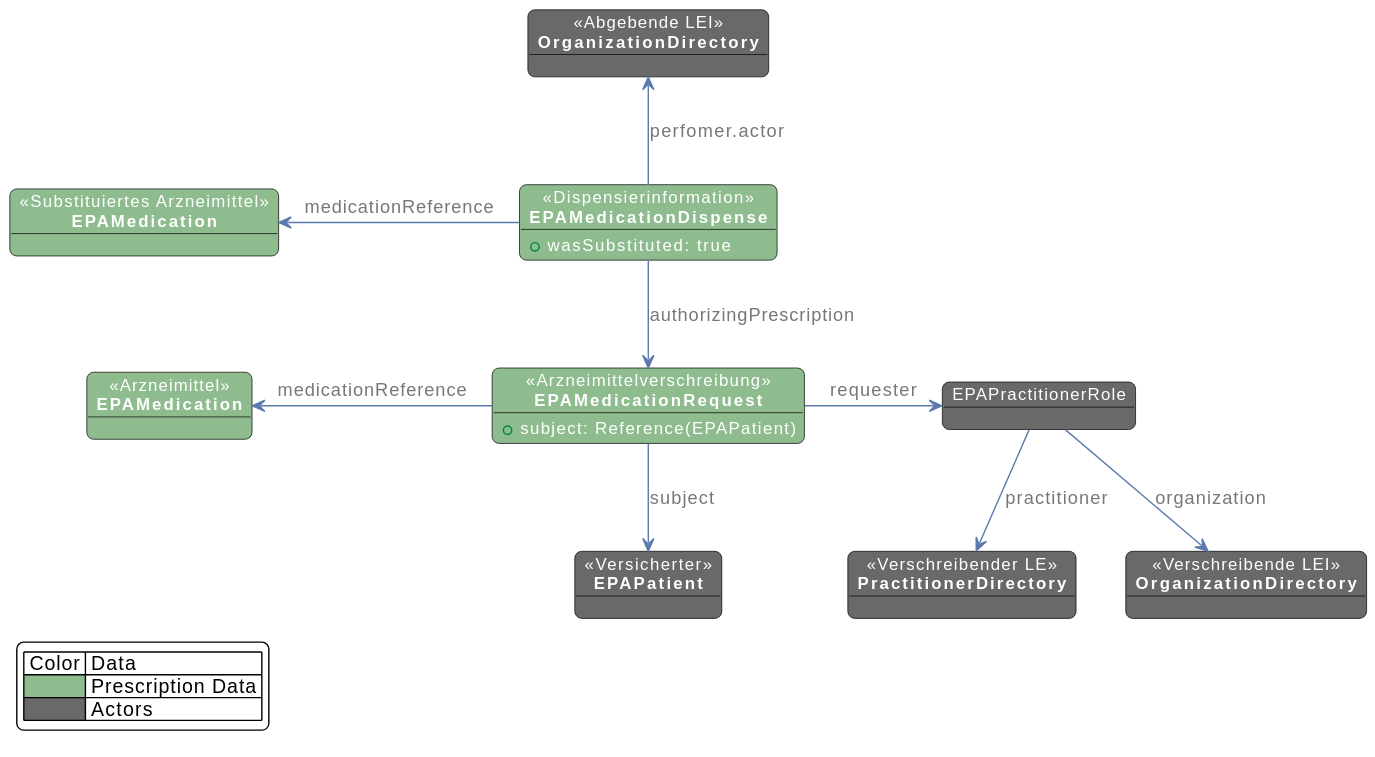
gematik/ePA-Medication keeps this PlantUML diagram as images/plantuml/medication.fhir.substitution.svg. Above is the earlier version.
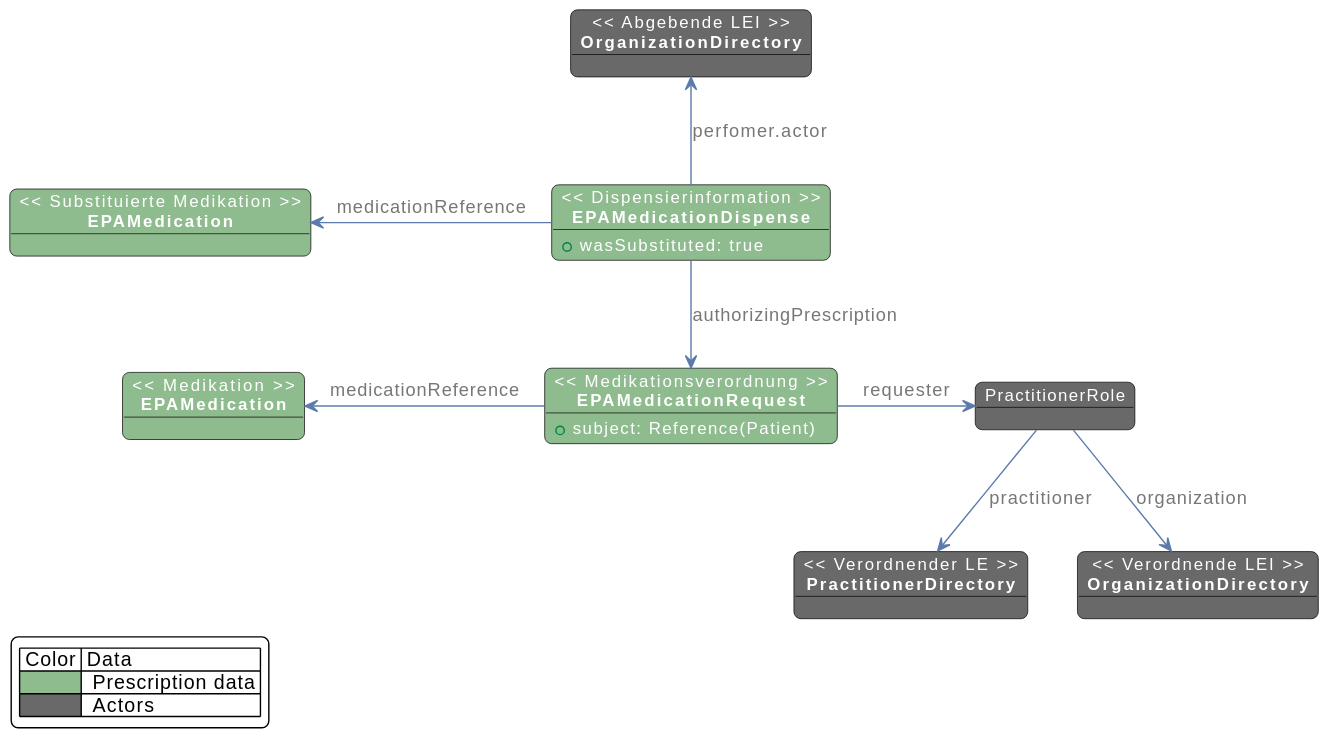
After the change.

Diff of the diagram source:
```diff
@@ -1,4 +1,4 @@
-@startuml
+@startuml medication.fhir.substitution
 skinparam fixCircleLabelOverlapping false
 skinparam roundcorner 10
 skinparam object {
@@ -12,21 +12,20 @@
 }
 skinparam LegendBackgroundColor White
 
-object "<< Versicherter >>\n**EPAPatient**" as Patient
-object "<< Verschreibender LE >>\n**PractitionerDirectory**" as PrescribingPractitioner
-object "<< Verschreibende LEI >>\n**OrganizationDirectory**" as PrescribingOrganization
+object "<< Verordnender LE >>\n**PractitionerDirectory**" as PrescribingPractitioner
+object "<< Verordnende LEI >>\n**OrganizationDirectory**" as PrescribingOrganization
 object "<< Abgebende LEI >>\n**OrganizationDirectory**" as PharmOrganization
-object "EPAPractitionerRole" as PractionerRole
-object "<< Arzneimittel >>\n**EPAMedication**" as Medication #DarkSeaGreen
-object "<< Arzneimittelverschreibung >>\n**EPAMedicationRequest**" as MedicationRequest #DarkSeaGreen {
-    + subject: Reference(EPAPatient)
+object "PractitionerRole" as PractionerRole
+object "<< Medikation >>\n**EPAMedication**" as Medication #DarkSeaGreen
+object "<< Medikationsverordnung >>\n**EPAMedicationRequest**" as MedicationRequest #DarkSeaGreen {
+    + subject: Reference(Patient)
 }
-object "<< Substituiertes Arzneimittel >>\n**EPAMedication**" as AltMedication #DarkSeaGreen
+object "<< Substituierte Medikation >>\n**EPAMedication**" as AltMedication #DarkSeaGreen
 object "<< Dispensierinformation >>\n**EPAMedicationDispense**" as MedicationDispense #DarkSeaGreen {
     + wasSubstituted: true
 }
 
-MedicationRequest -d->  Patient : subject
+
 MedicationRequest -l-> Medication : medicationReference
 MedicationRequest -r-> PractionerRole : requester
 
@@ -39,7 +38,7 @@
 
 legend left
     | Color | Data |
-    |<#DarkSeaGreen>| Prescription Data |
-    |<#DimGrey>| Actors |
+    |<#DarkSeaGreen>|  Prescription data |
+    |<#DimGrey>|  Actors |
 endlegend
 @enduml
```
